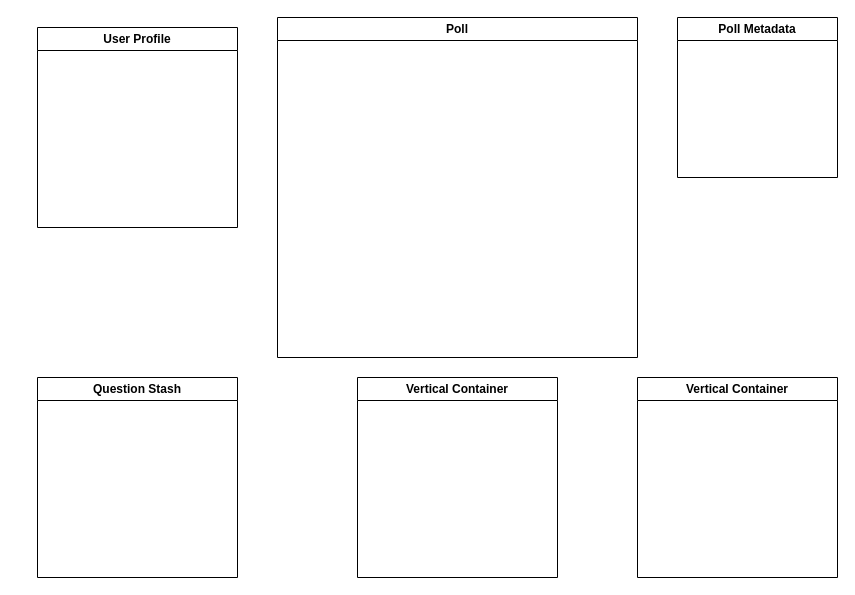
Above: question-datamodel.drawio in ElementalTech04/Drawio-Backup (draw.io), before the change. Source tidied: cells renumbered, new cells numbered last; positions are measured from the earlier drawing's top-left corner, leaving out a move shared by most shapes. Both pictures are drawn from the tidied source at 100%, with x=0, y=0 at pixel (37, 17).
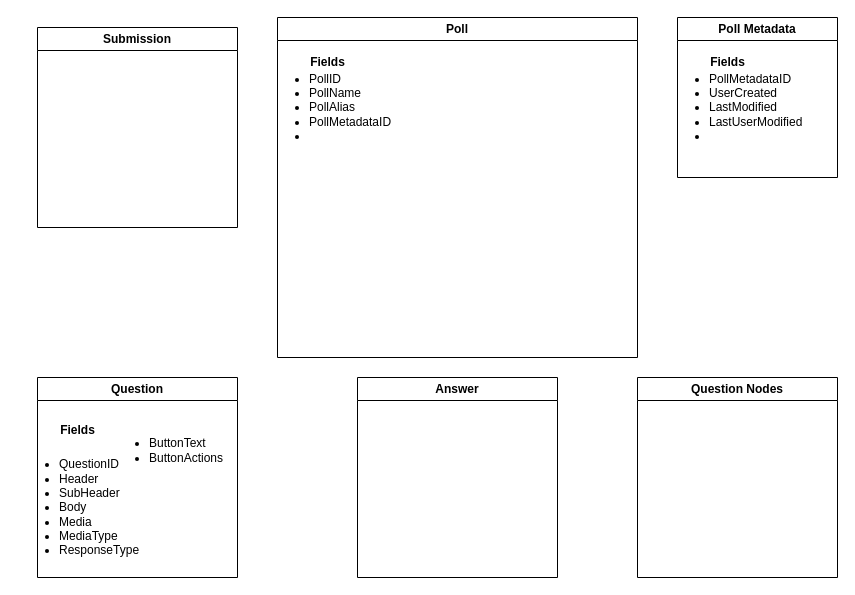
Above is the later version.

Diff of the diagram source:
```diff
@@
 <mxGraphModel>
   <root>
     <mxCell id="0" />
     <mxCell id="1" parent="0" />
-    <mxCell id="2" value="User Profile" style="swimlane;whiteSpace=wrap;html=1;" parent="1" vertex="1">
+    <mxCell id="2" value="Submission" style="swimlane;whiteSpace=wrap;html=1;" parent="1" vertex="1">
       <mxGeometry y="10" width="200" height="200" as="geometry" />
     </mxCell>
     <mxCell id="3" value="Poll" style="swimlane;whiteSpace=wrap;html=1;" parent="1" vertex="1">
       <mxGeometry x="240" width="360" height="340" as="geometry" />
     </mxCell>
+    <mxCell id="8" value="&lt;ul&gt;&lt;li&gt;&lt;span style=&quot;font-weight: normal;&quot;&gt;PollID&lt;/span&gt;&lt;/li&gt;&lt;li style=&quot;&quot;&gt;&lt;span style=&quot;font-weight: normal;&quot;&gt;PollName&lt;/span&gt;&lt;/li&gt;&lt;li style=&quot;&quot;&gt;&lt;span style=&quot;font-weight: normal;&quot;&gt;PollAlias&lt;/span&gt;&lt;/li&gt;&lt;li style=&quot;&quot;&gt;&lt;span style=&quot;font-weight: normal;&quot;&gt;PollMetadataID&lt;/span&gt;&lt;/li&gt;&lt;li style=&quot;&quot;&gt;&lt;br&gt;&lt;/li&gt;&lt;/ul&gt;" style="text;html=1;align=left;verticalAlign=middle;strokeColor=none;fillColor=none;fontStyle=1;" parent="3" vertex="1">
+      <mxGeometry x="-10" y="35" width="150" height="110" as="geometry" />
+    </mxCell>
+    <mxCell id="9" value="&lt;b&gt;Fields&lt;/b&gt;" style="text;html=1;align=center;verticalAlign=middle;strokeColor=none;fillColor=none;" parent="3" vertex="1">
+      <mxGeometry x="20" y="30" width="60" height="30" as="geometry" />
+    </mxCell>
-    <mxCell id="4" value="Question Stash" style="swimlane;whiteSpace=wrap;html=1;" parent="1" vertex="1">
+    <mxCell id="4" value="Question" style="swimlane;whiteSpace=wrap;html=1;" parent="1" vertex="1">
       <mxGeometry y="360" width="200" height="200" as="geometry" />
     </mxCell>
+    <mxCell id="10" value="&lt;ul&gt;&lt;li&gt;QuestionID&lt;/li&gt;&lt;li&gt;Header&lt;/li&gt;&lt;li&gt;SubHeader&lt;/li&gt;&lt;li&gt;Body&lt;/li&gt;&lt;li&gt;Media&lt;/li&gt;&lt;li&gt;MediaType&lt;/li&gt;&lt;li&gt;ResponseType&lt;/li&gt;&lt;/ul&gt;" style="text;html=1;align=left;verticalAlign=middle;strokeColor=none;fillColor=none;" parent="4" vertex="1">
+      <mxGeometry x="-20" y="60" width="140" height="140" as="geometry" />
+    </mxCell>
-    <mxCell id="5" value="Vertical Container" style="swimlane;whiteSpace=wrap;html=1;" parent="1" vertex="1">
+    <mxCell id="5" value="Answer" style="swimlane;whiteSpace=wrap;html=1;" parent="1" vertex="1">
       <mxGeometry x="320" y="360" width="200" height="200" as="geometry" />
     </mxCell>
-    <mxCell id="6" value="Vertical Container" style="swimlane;whiteSpace=wrap;html=1;" parent="1" vertex="1">
+    <mxCell id="6" value="Question Nodes" style="swimlane;whiteSpace=wrap;html=1;" parent="1" vertex="1">
       <mxGeometry x="600" y="360" width="200" height="200" as="geometry" />
     </mxCell>
     <mxCell id="7" value="Poll Metadata" style="swimlane;whiteSpace=wrap;html=1;" parent="1" vertex="1">
       <mxGeometry x="640" width="160" height="160" as="geometry" />
     </mxCell>
+    <mxCell id="11" value="&lt;ul style=&quot;&quot;&gt;&lt;li style=&quot;&quot;&gt;PollMetadataID&lt;/li&gt;&lt;li style=&quot;&quot;&gt;UserCreated&lt;/li&gt;&lt;li style=&quot;&quot;&gt;LastModified&lt;/li&gt;&lt;li style=&quot;&quot;&gt;LastUserModified&lt;/li&gt;&lt;li style=&quot;font-weight: 700;&quot;&gt;&lt;br&gt;&lt;/li&gt;&lt;/ul&gt;" style="text;html=1;align=left;verticalAlign=middle;strokeColor=none;fillColor=none;" parent="7" vertex="1">
+      <mxGeometry x="-10" y="35" width="160" height="110" as="geometry" />
+    </mxCell>
+    <mxCell id="12" value="&lt;b&gt;Fields&lt;/b&gt;" style="text;html=1;align=center;verticalAlign=middle;strokeColor=none;fillColor=none;" parent="7" vertex="1">
+      <mxGeometry x="20" y="30" width="60" height="30" as="geometry" />
+    </mxCell>
+    <mxCell id="13" value="&lt;b&gt;Fields&lt;/b&gt;" style="text;html=1;align=center;verticalAlign=middle;strokeColor=none;fillColor=none;" parent="1" vertex="1">
+      <mxGeometry x="10" y="398" width="60" height="30" as="geometry" />
+    </mxCell>
+    <mxCell id="14" value="&lt;ul&gt;&lt;li&gt;ButtonText&lt;/li&gt;&lt;li&gt;ButtonActions&lt;/li&gt;&lt;/ul&gt;" style="text;html=1;align=left;verticalAlign=middle;strokeColor=none;fillColor=none;" parent="1" vertex="1">
+      <mxGeometry x="70" y="398" width="140" height="70" as="geometry" />
+    </mxCell>
   </root>
 </mxGraphModel>
```
